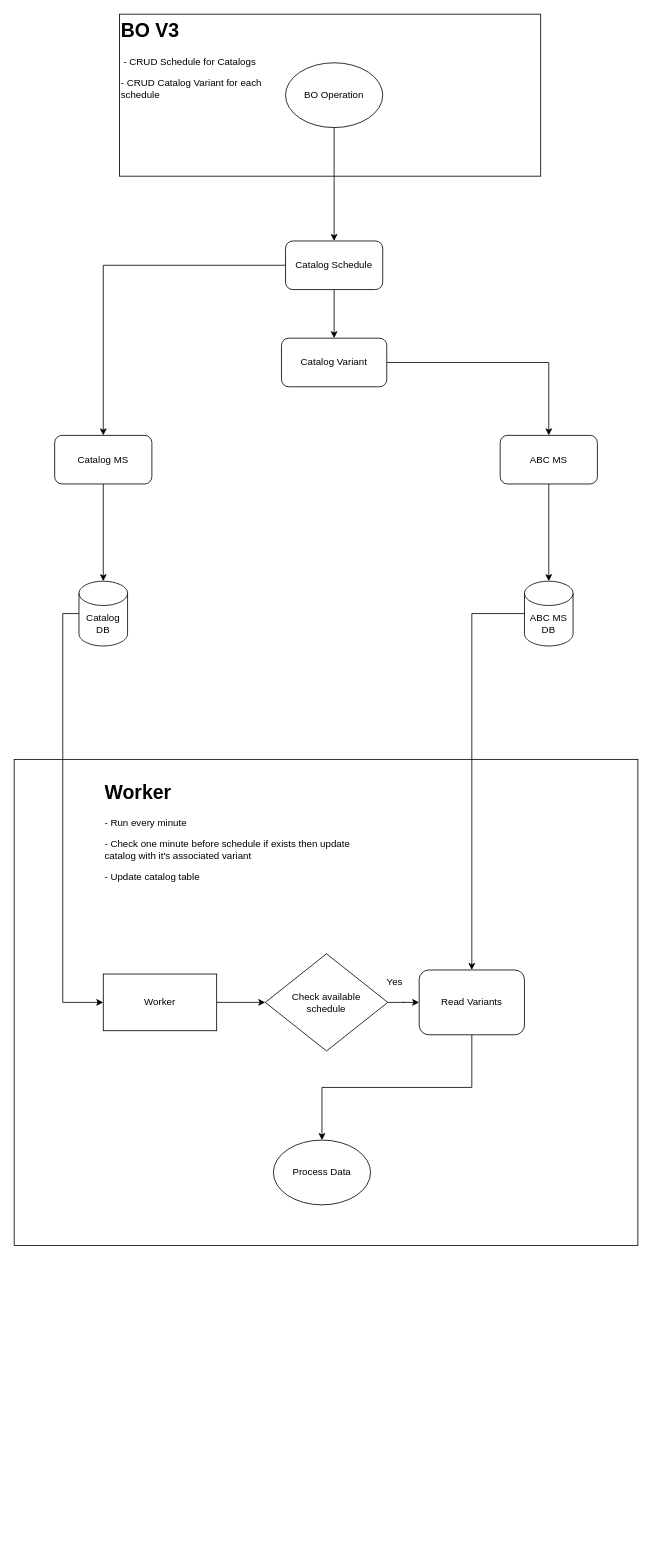
theasad/draw.io keeps this draw.io diagram as Catalog Scheduler.drawio. Above is the earlier version. Source tidied: cells renumbered, new cells numbered last; positions are measured from the earlier drawing's top-left corner, leaving out a move shared by most shapes. Both pictures are drawn from the tidied source at 81%, with x=0, y=0 at pixel (14, 14). Pictures stored in the file or linked from it are replaced by grey dashed boxes.
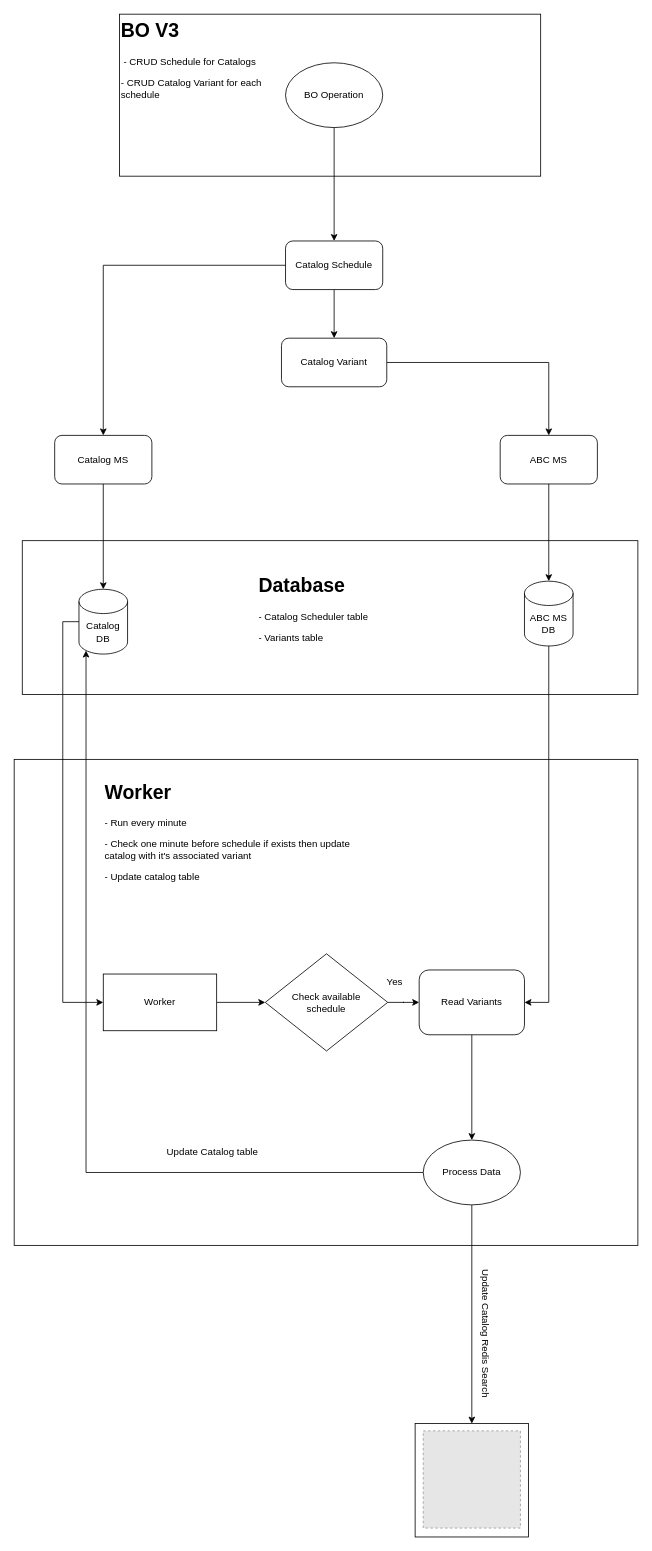
After the change.

The change refers to these unchanged cells:
```xml
<mxCell id="15" value="ABC MS DB" style="shape=cylinder3;whiteSpace=wrap;html=1;boundedLbl=1;backgroundOutline=1;size=15;" parent="1" vertex="1">
  <mxGeometry x="630" y="700" width="60" height="80" as="geometry" />
</mxCell>
<mxCell id="25" value="Read Variants" style="rounded=1;whiteSpace=wrap;html=1;" parent="1" vertex="1">
  <mxGeometry x="500" y="1180" width="130" height="80" as="geometry" />
</mxCell>
```

What changed in the source:
```diff
@@
+    <mxCell id="29" style="whiteSpace=wrap;html=1;" parent="1" vertex="1">
+      <mxGeometry x="495" y="1740" width="140" height="140" as="geometry" />
+    </mxCell>
+    <mxCell id="30" style="rounded=0;whiteSpace=wrap;html=1;" parent="1" vertex="1">
+      <mxGeometry x="10" y="650" width="760" height="190" as="geometry" />
+    </mxCell>
@@
     <mxCell id="14" value="Catalog DB" style="shape=cylinder3;whiteSpace=wrap;html=1;boundedLbl=1;backgroundOutline=1;size=15;" parent="1" vertex="1">
-      <mxGeometry x="80" y="700" width="60" height="80" as="geometry" />
+      <mxGeometry x="80" y="710" width="60" height="80" as="geometry" />
     </mxCell>
@@
+    <mxCell id="31" style="edgeStyle=orthogonalEdgeStyle;rounded=0;jettySize=auto;html=1;exitX=0.5;exitY=1;exitDx=0;exitDy=0;entryX=0.5;entryY=0;entryDx=0;entryDy=0;" parent="1" edge="1" source="27" target="29">
+      <mxGeometry relative="1" as="geometry" />
+    </mxCell>
     <mxCell id="27" value="Process Data" style="ellipse;whiteSpace=wrap;html=1;" parent="1" vertex="1">
-      <mxGeometry x="320" y="1390" width="120" height="80" as="geometry" />
+      <mxGeometry x="505" y="1390" width="120" height="80" as="geometry" />
     </mxCell>
-    <mxCell id="28" style="edgeStyle=orthogonalEdgeStyle;rounded=0;jettySize=auto;html=1;exitX=0;exitY=0.5;exitDx=0;exitDy=0;exitPerimeter=0;" parent="1" edge="1" source="15" target="25">
+    <mxCell id="28" style="edgeStyle=orthogonalEdgeStyle;rounded=0;jettySize=auto;html=1;exitX=0.5;exitY=1;exitDx=0;exitDy=0;exitPerimeter=0;entryX=1;entryY=0.5;entryDx=0;entryDy=0;" parent="1" edge="1" source="15" target="25">
       <mxGeometry relative="1" as="geometry" />
     </mxCell>
+    <mxCell id="32" style="edgeStyle=orthogonalEdgeStyle;rounded=0;jettySize=auto;html=1;exitX=0;exitY=0.5;exitDx=0;exitDy=0;entryX=0.145;entryY=1;entryDx=0;entryDy=-4.35;entryPerimeter=0;" parent="1" edge="1" source="27" target="14">
+      <mxGeometry relative="1" as="geometry" />
+    </mxCell>
+    <mxCell id="33" value="Update Catalog table" style="text;html=1;align=center;verticalAlign=middle;whiteSpace=wrap;rounded=0;" parent="1" vertex="1">
+      <mxGeometry x="180" y="1390" width="130" height="30" as="geometry" />
+    </mxCell>
+    <mxCell id="34" style="fillColor=#E6E6E6;strokeColor=#999999;dashed=1;verticalLabelPosition=bottom;labelBackgroundColor=default;verticalAlign=top;" parent="1" vertex="1">
+      <mxGeometry x="505" y="1749" width="120" height="120" as="geometry" />
+    </mxCell>
+    <mxCell id="35" value="Update Catalog Redis Search" style="text;html=1;align=center;verticalAlign=middle;whiteSpace=wrap;rounded=0;rotation=90;" parent="1" vertex="1">
+      <mxGeometry x="490" y="1624" width="185" height="10" as="geometry" />
+    </mxCell>
+    <mxCell id="36" value="&lt;h1 style=&quot;margin-top: 0px;&quot;&gt;Database&lt;/h1&gt;&lt;p&gt;- Catalog Scheduler table&lt;/p&gt;&lt;p&gt;- Variants table&lt;/p&gt;" style="text;html=1;whiteSpace=wrap;overflow=hidden;rounded=0;" parent="1" vertex="1">
+      <mxGeometry x="300" y="685" width="180" height="120" as="geometry" />
+    </mxCell>
```
